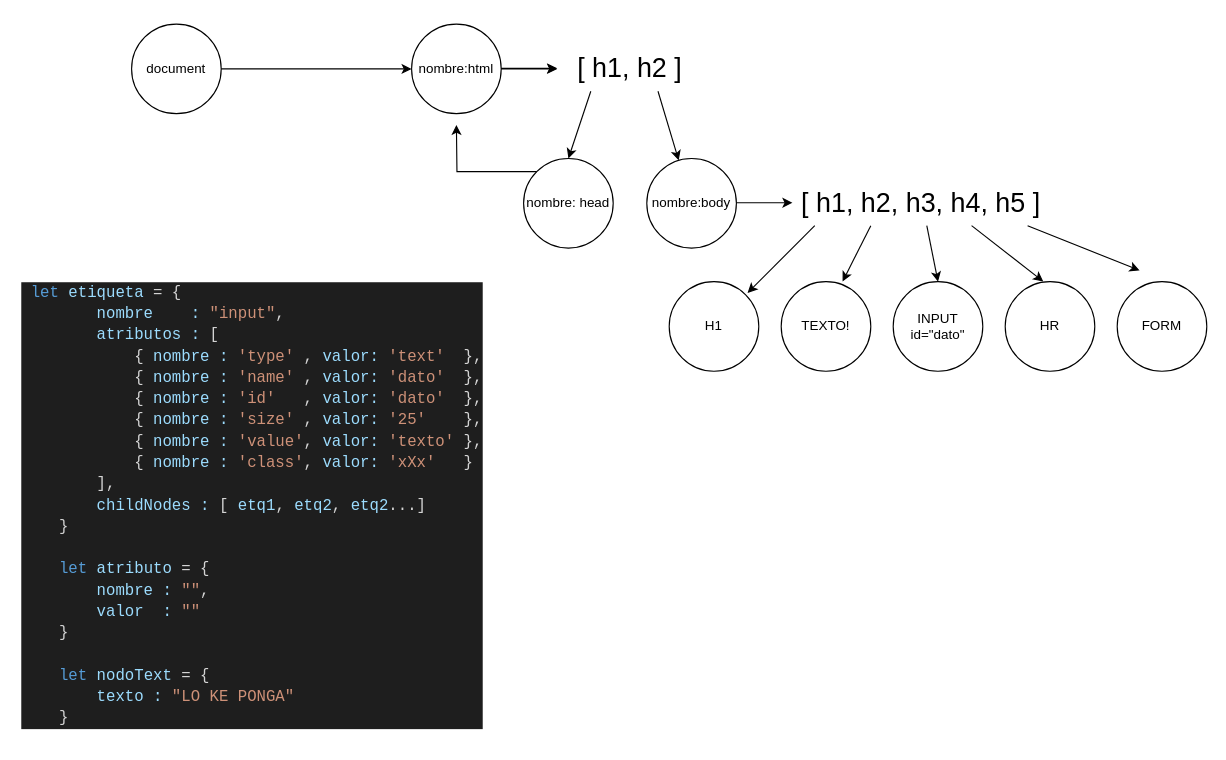
Above: page "Page-4" (4 of 46) of diagramas.drawio in almoril00/MEAN (draw.io), before the change. Source tidied: cells renumbered, new cells numbered last; positions are measured from the earlier drawing's top-left corner, leaving out a move shared by most shapes. Both pictures are drawn from the tidied source at 112%, with x=0, y=0 at pixel (19, 24).
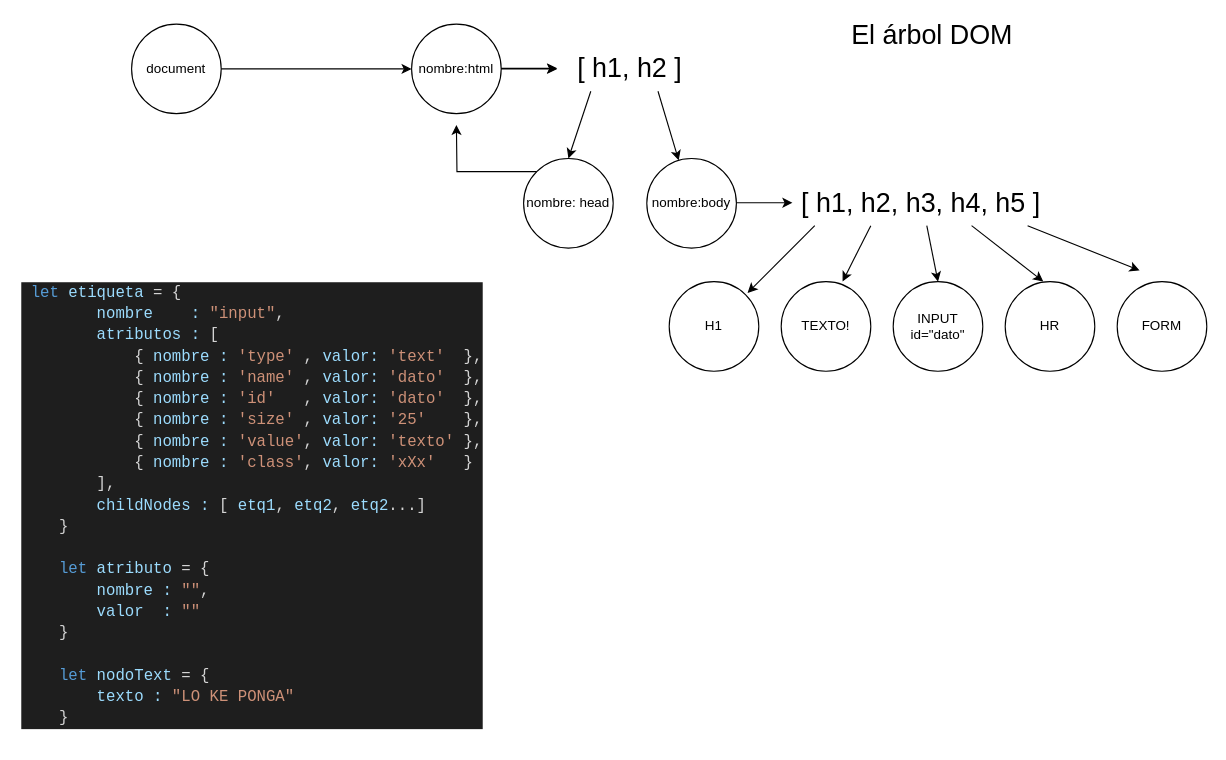
The same page after the edit.

What changed in the source:
```diff
@@
+    <mxCell id="26" value="&lt;font style=&quot;font-size: 24px&quot;&gt;El árbol DOM&lt;/font&gt;" style="text;html=1;strokeColor=none;fillColor=none;align=center;verticalAlign=middle;whiteSpace=wrap;rounded=0;" parent="1" vertex="1">
+      <mxGeometry x="670" width="290" height="20" as="geometry" />
+    </mxCell>
```
